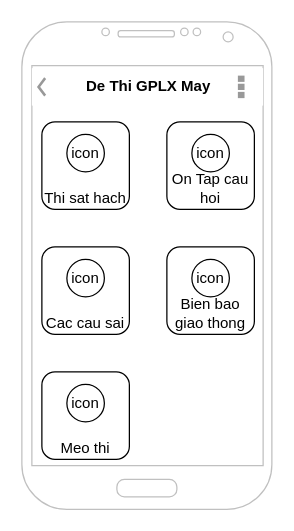
Above: page "MenuLayout" (1 of 6) of Diagram/mockup.drawio in binbun/Intern-Third-Year (draw.io), before the change. Source tidied: cells renumbered, new cells numbered last; positions are measured from the earlier drawing's top-left corner, leaving out a move shared by most shapes. Both pictures are drawn from the tidied source at 125%, with x=0, y=0 at pixel (21, 21).
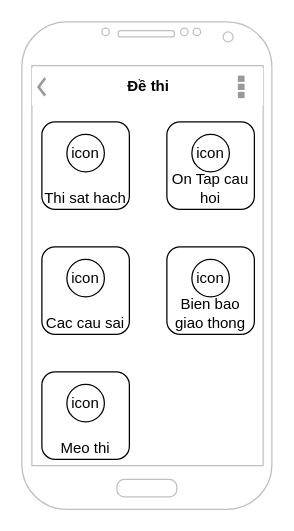
The same page after the edit.

Change to the diagram source:
```diff
@@
 <mxGraphModel>
   <root>
     <mxCell id="0" />
     <mxCell id="1" parent="0" />
     <mxCell id="2" style="verticalLabelPosition=bottom;verticalAlign=top;html=1;shadow=0;dashed=0;strokeWidth=1;shape=mxgraph.android.phone2;strokeColor=#c0c0c0;" parent="1" vertex="1">
       <mxGeometry width="200" height="390" as="geometry" />
     </mxCell>
     <mxCell id="3" value="Thi sat hach" style="rounded=1;whiteSpace=wrap;html=1;verticalAlign=bottom;" parent="1" vertex="1">
       <mxGeometry x="16" y="80" width="70" height="70" as="geometry" />
     </mxCell>
-    <mxCell id="4" value="&lt;b&gt;De Thi GPLX May&lt;/b&gt;" style="strokeWidth=1;html=1;shadow=0;dashed=0;shape=mxgraph.android.action_bar;strokeWidth=2;" parent="1" vertex="1">
+    <mxCell id="4" value="&lt;b&gt;Đề thi&lt;/b&gt;" style="strokeWidth=1;html=1;shadow=0;dashed=0;shape=mxgraph.android.action_bar;strokeWidth=2;" parent="1" vertex="1">
       <mxGeometry x="8" y="37" width="185" height="30" as="geometry" />
     </mxCell>
     <mxCell id="5" value="On Tap cau hoi" style="rounded=1;whiteSpace=wrap;html=1;verticalAlign=bottom;" parent="1" vertex="1">
       <mxGeometry x="116" y="80" width="70" height="70" as="geometry" />
     </mxCell>
     <mxCell id="6" value="Cac cau sai" style="rounded=1;whiteSpace=wrap;html=1;verticalAlign=bottom;" parent="1" vertex="1">
       <mxGeometry x="16" y="180" width="70" height="70" as="geometry" />
     </mxCell>
     <mxCell id="7" value="Bien bao giao thong" style="rounded=1;whiteSpace=wrap;html=1;verticalAlign=bottom;" parent="1" vertex="1">
       <mxGeometry x="116" y="180" width="70" height="70" as="geometry" />
     </mxCell>
     <mxCell id="8" value="Meo thi" style="rounded=1;whiteSpace=wrap;html=1;verticalAlign=bottom;" parent="1" vertex="1">
       <mxGeometry x="16" y="280" width="70" height="70" as="geometry" />
     </mxCell>
     <mxCell id="9" value="icon" style="ellipse;whiteSpace=wrap;html=1;" parent="1" vertex="1">
       <mxGeometry x="36" y="90" width="30" height="30" as="geometry" />
     </mxCell>
     <mxCell id="10" value="icon" style="ellipse;whiteSpace=wrap;html=1;" parent="1" vertex="1">
       <mxGeometry x="136" y="90" width="30" height="30" as="geometry" />
     </mxCell>
     <mxCell id="11" value="icon" style="ellipse;whiteSpace=wrap;html=1;" parent="1" vertex="1">
       <mxGeometry x="36" y="190" width="30" height="30" as="geometry" />
     </mxCell>
     <mxCell id="12" value="icon" style="ellipse;whiteSpace=wrap;html=1;" parent="1" vertex="1">
       <mxGeometry x="136" y="190" width="30" height="30" as="geometry" />
     </mxCell>
     <mxCell id="13" value="icon" style="ellipse;whiteSpace=wrap;html=1;" parent="1" vertex="1">
       <mxGeometry x="36" y="290" width="30" height="30" as="geometry" />
     </mxCell>
   </root>
 </mxGraphModel>
```
